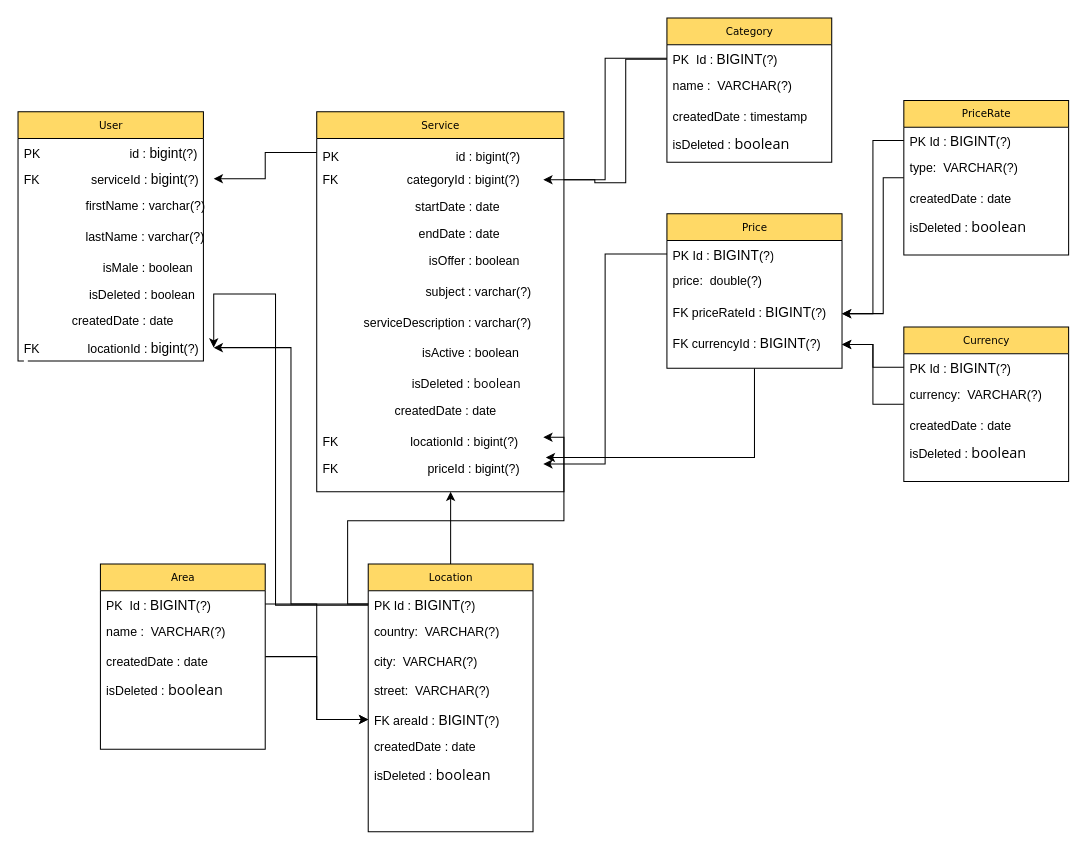
The draw.io diagram page "ERD" (2 of 3) of HelppyDiagrams.drawio in StanislavRa/group_A_Helppy, before the edit. Source tidied: cells renumbered, new cells numbered last; positions are measured from the earlier drawing's top-left corner, leaving out a move shared by most shapes. Both pictures are drawn from the tidied source at 103%, with x=0, y=0 at pixel (18, 18).
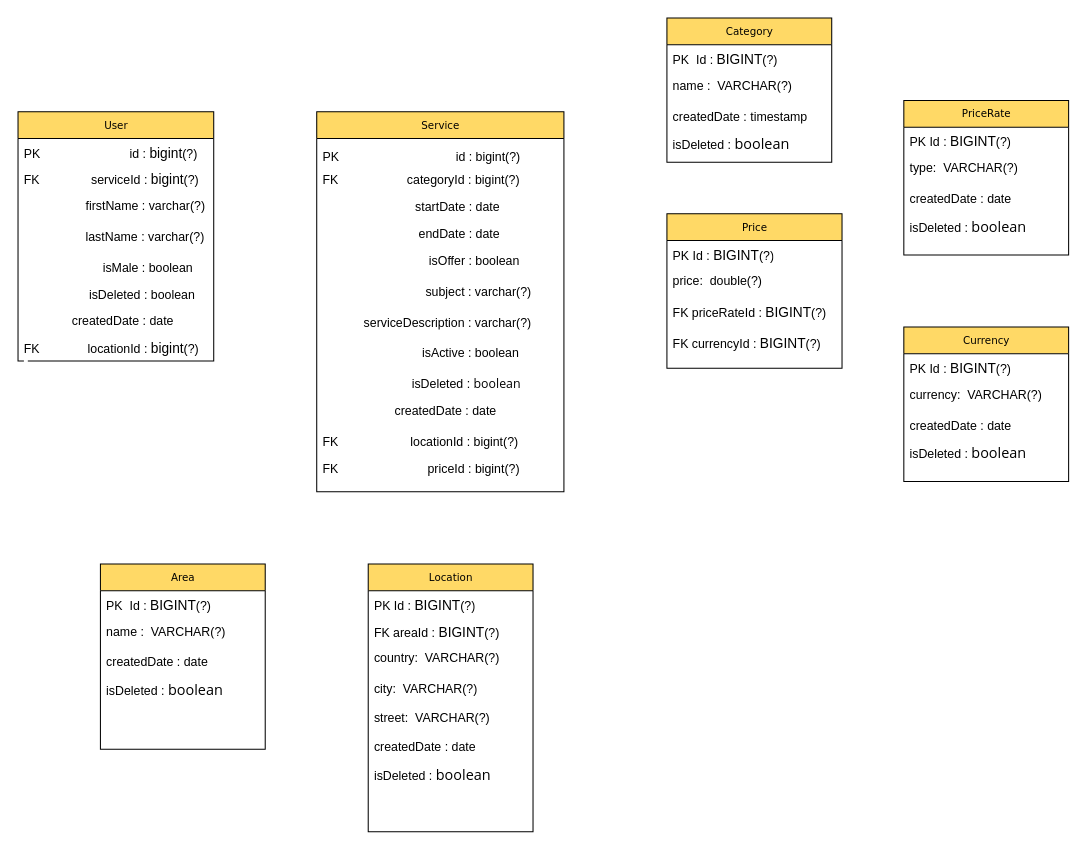
Above is the later version.

Unchanged cells that the change refers to:
```xml
<mxCell id="3" value="Category" style="swimlane;html=1;fontStyle=0;horizontal=1;startSize=26;fillColor=#FFD966;swimlaneFillColor=#ffffff;rounded=0;shadow=0;comic=0;labelBackgroundColor=none;strokeWidth=1;fontFamily=Verdana;fontSize=10;align=center;" parent="1" vertex="1">
  <mxGeometry x="630" width="160" height="140" as="geometry" />
</mxCell>
<mxCell id="4" value="PK&amp;nbsp; Id :&amp;nbsp;&lt;span style=&quot;font-family: &amp;#34;arial&amp;#34; , &amp;#34;helvetica&amp;#34; , sans-serif ; font-size: 13.3333px ; background-color: rgb(255 , 255 , 255)&quot;&gt;BIGINT&lt;/span&gt;(?)&lt;span style=&quot;font-family: &amp;#34;arial&amp;#34; , &amp;#34;helvetica&amp;#34; , sans-serif ; font-size: 13.3333px ; background-color: rgb(255 , 255 , 255)&quot;&gt;&lt;br&gt;&amp;nbsp;&lt;/span&gt;" style="text;html=1;strokeColor=none;fillColor=none;align=left;verticalAlign=top;spacingLeft=4;spacingRight=4;whiteSpace=wrap;overflow=hidden;points=[[0,0.5],[1,0.5]];portConstraint=eastwest;" parent="3" vertex="1">
  <mxGeometry y="26" width="160" height="26" as="geometry" />
</mxCell>
<mxCell id="8" value="Service" style="swimlane;html=1;fontStyle=0;horizontal=1;startSize=26;fillColor=#FFD966;swimlaneFillColor=#ffffff;rounded=0;shadow=0;comic=0;labelBackgroundColor=none;strokeWidth=1;fontFamily=Verdana;fontSize=10;align=center;" parent="1" vertex="1">
  <mxGeometry x="290" y="91" width="240" height="369" as="geometry" />
</mxCell>
<mxCell id="22" value="Area" style="swimlane;html=1;fontStyle=0;horizontal=1;startSize=26;fillColor=#FFD966;swimlaneFillColor=#ffffff;rounded=0;shadow=0;comic=0;labelBackgroundColor=none;strokeWidth=1;fontFamily=Verdana;fontSize=10;align=center;" parent="1" vertex="1">
  <mxGeometry x="80" y="530" width="160" height="180" as="geometry" />
</mxCell>
<mxCell id="23" value="PK&amp;nbsp; Id :&amp;nbsp;&lt;span style=&quot;font-family: &amp;#34;arial&amp;#34; , &amp;#34;helvetica&amp;#34; , sans-serif ; font-size: 13.3333px ; background-color: rgb(255 , 255 , 255)&quot;&gt;BIGINT&lt;/span&gt;(?)&lt;span style=&quot;font-family: &amp;#34;arial&amp;#34; , &amp;#34;helvetica&amp;#34; , sans-serif ; font-size: 13.3333px ; background-color: rgb(255 , 255 , 255)&quot;&gt;&lt;br&gt;&amp;nbsp;&lt;/span&gt;" style="text;html=1;strokeColor=none;fillColor=none;align=left;verticalAlign=top;spacingLeft=4;spacingRight=4;whiteSpace=wrap;overflow=hidden;points=[[0,0.5],[1,0.5]];portConstraint=eastwest;" parent="22" vertex="1">
  <mxGeometry y="26" width="160" height="26" as="geometry" />
</mxCell>
<mxCell id="29" value="FK&amp;nbsp; &amp;nbsp; &amp;nbsp; &amp;nbsp; &amp;nbsp; &amp;nbsp; &amp;nbsp; &amp;nbsp;serviceId :&amp;nbsp;&lt;span style=&quot;font-family: &amp;#34;arial&amp;#34; , &amp;#34;helvetica&amp;#34; , sans-serif ; font-size: 13.3333px ; background-color: rgb(255 , 255 , 255)&quot;&gt;bigint&lt;/span&gt;(?)&lt;span style=&quot;font-family: &amp;#34;arial&amp;#34; , &amp;#34;helvetica&amp;#34; , sans-serif ; font-size: 13.3333px ; background-color: rgb(255 , 255 , 255)&quot;&gt;&lt;br&gt;&amp;nbsp;&lt;/span&gt;" style="text;html=1;strokeColor=none;fillColor=none;align=left;verticalAlign=top;spacingLeft=4;spacingRight=4;whiteSpace=wrap;overflow=hidden;points=[[0,0.5],[1,0.5]];portConstraint=eastwest;" parent="27" vertex="1">
  <mxGeometry y="52" width="190" height="26" as="geometry" />
</mxCell>
<mxCell id="35" value="FK&amp;nbsp; &amp;nbsp; &amp;nbsp; &amp;nbsp; &amp;nbsp; &amp;nbsp; &amp;nbsp; locationId :&amp;nbsp;&lt;span style=&quot;font-family: &amp;#34;arial&amp;#34; , &amp;#34;helvetica&amp;#34; , sans-serif ; font-size: 13.3333px ; background-color: rgb(255 , 255 , 255)&quot;&gt;bigint&lt;/span&gt;(?)&lt;span style=&quot;font-family: &amp;#34;arial&amp;#34; , &amp;#34;helvetica&amp;#34; , sans-serif ; font-size: 13.3333px ; background-color: rgb(255 , 255 , 255)&quot;&gt;&lt;br&gt;&amp;nbsp;&lt;/span&gt;" style="text;html=1;strokeColor=none;fillColor=none;align=left;verticalAlign=top;spacingLeft=4;spacingRight=4;whiteSpace=wrap;overflow=hidden;points=[[0,0.5],[1,0.5]];portConstraint=eastwest;" parent="27" vertex="1">
  <mxGeometry y="216" width="190" height="26" as="geometry" />
</mxCell>
<mxCell id="38" value="Location" style="swimlane;html=1;fontStyle=0;horizontal=1;startSize=26;fillColor=#FFD966;swimlaneFillColor=#ffffff;rounded=0;shadow=0;comic=0;labelBackgroundColor=none;strokeWidth=1;fontFamily=Verdana;fontSize=10;align=center;" parent="1" vertex="1">
  <mxGeometry x="340" y="530" width="160" height="260" as="geometry" />
</mxCell>
<mxCell id="39" value="PK Id :&amp;nbsp;&lt;span style=&quot;font-family: &amp;#34;arial&amp;#34; , &amp;#34;helvetica&amp;#34; , sans-serif ; font-size: 13.3333px ; background-color: rgb(255 , 255 , 255)&quot;&gt;BIGINT&lt;/span&gt;(?)&lt;span style=&quot;font-family: &amp;#34;arial&amp;#34; , &amp;#34;helvetica&amp;#34; , sans-serif ; font-size: 13.3333px ; background-color: rgb(255 , 255 , 255)&quot;&gt;&lt;br&gt;&amp;nbsp;&lt;/span&gt;" style="text;html=1;strokeColor=none;fillColor=none;align=left;verticalAlign=top;spacingLeft=4;spacingRight=4;whiteSpace=wrap;overflow=hidden;points=[[0,0.5],[1,0.5]];portConstraint=eastwest;" parent="38" vertex="1">
  <mxGeometry y="26" width="160" height="26" as="geometry" />
</mxCell>
<mxCell id="47" value="Currency" style="swimlane;html=1;fontStyle=0;horizontal=1;startSize=26;fillColor=#FFD966;swimlaneFillColor=#ffffff;rounded=0;shadow=0;comic=0;labelBackgroundColor=none;strokeWidth=1;fontFamily=Verdana;fontSize=10;align=center;" parent="1" vertex="1">
  <mxGeometry x="860" y="300" width="160" height="150" as="geometry" />
</mxCell>
<mxCell id="48" value="PK Id :&amp;nbsp;&lt;span style=&quot;font-family: &amp;#34;arial&amp;#34; , &amp;#34;helvetica&amp;#34; , sans-serif ; font-size: 13.3333px ; background-color: rgb(255 , 255 , 255)&quot;&gt;BIGINT&lt;/span&gt;(?)&lt;span style=&quot;font-family: &amp;#34;arial&amp;#34; , &amp;#34;helvetica&amp;#34; , sans-serif ; font-size: 13.3333px ; background-color: rgb(255 , 255 , 255)&quot;&gt;&lt;br&gt;&amp;nbsp;&lt;/span&gt;" style="text;html=1;strokeColor=none;fillColor=none;align=left;verticalAlign=top;spacingLeft=4;spacingRight=4;whiteSpace=wrap;overflow=hidden;points=[[0,0.5],[1,0.5]];portConstraint=eastwest;" parent="47" vertex="1">
  <mxGeometry y="26" width="160" height="26" as="geometry" />
</mxCell>
<mxCell id="53" value="PriceRate" style="swimlane;html=1;fontStyle=0;horizontal=1;startSize=26;fillColor=#FFD966;swimlaneFillColor=#ffffff;rounded=0;shadow=0;comic=0;labelBackgroundColor=none;strokeWidth=1;fontFamily=Verdana;fontSize=10;align=center;" parent="1" vertex="1">
  <mxGeometry x="860" y="80" width="160" height="150" as="geometry" />
</mxCell>
<mxCell id="54" value="PK Id :&amp;nbsp;&lt;span style=&quot;font-family: &amp;#34;arial&amp;#34; , &amp;#34;helvetica&amp;#34; , sans-serif ; font-size: 13.3333px ; background-color: rgb(255 , 255 , 255)&quot;&gt;BIGINT&lt;/span&gt;(?)&lt;span style=&quot;font-family: &amp;#34;arial&amp;#34; , &amp;#34;helvetica&amp;#34; , sans-serif ; font-size: 13.3333px ; background-color: rgb(255 , 255 , 255)&quot;&gt;&lt;br&gt;&amp;nbsp;&lt;/span&gt;" style="text;html=1;strokeColor=none;fillColor=none;align=left;verticalAlign=top;spacingLeft=4;spacingRight=4;whiteSpace=wrap;overflow=hidden;points=[[0,0.5],[1,0.5]];portConstraint=eastwest;" parent="53" vertex="1">
  <mxGeometry y="26" width="160" height="26" as="geometry" />
</mxCell>
<mxCell id="59" value="Price" style="swimlane;html=1;fontStyle=0;horizontal=1;startSize=26;fillColor=#FFD966;swimlaneFillColor=#ffffff;rounded=0;shadow=0;comic=0;labelBackgroundColor=none;strokeWidth=1;fontFamily=Verdana;fontSize=10;align=center;" parent="1" vertex="1">
  <mxGeometry x="630" y="190" width="170" height="150" as="geometry" />
</mxCell>
<mxCell id="60" value="PK Id :&amp;nbsp;&lt;span style=&quot;font-family: &amp;#34;arial&amp;#34; , &amp;#34;helvetica&amp;#34; , sans-serif ; font-size: 13.3333px ; background-color: rgb(255 , 255 , 255)&quot;&gt;BIGINT&lt;/span&gt;(?)&lt;span style=&quot;font-family: &amp;#34;arial&amp;#34; , &amp;#34;helvetica&amp;#34; , sans-serif ; font-size: 13.3333px ; background-color: rgb(255 , 255 , 255)&quot;&gt;&lt;br&gt;&amp;nbsp;&lt;/span&gt;" style="text;html=1;strokeColor=none;fillColor=none;align=left;verticalAlign=top;spacingLeft=4;spacingRight=4;whiteSpace=wrap;overflow=hidden;points=[[0,0.5],[1,0.5]];portConstraint=eastwest;" parent="59" vertex="1">
  <mxGeometry y="26" width="170" height="26" as="geometry" />
</mxCell>
<mxCell id="62" value="FK priceRateId :&amp;nbsp;&lt;span style=&quot;font-family: &amp;#34;arial&amp;#34; , &amp;#34;helvetica&amp;#34; , sans-serif ; font-size: 13.3333px ; background-color: rgb(255 , 255 , 255)&quot;&gt;BIGINT&lt;/span&gt;(?)&lt;span style=&quot;font-family: &amp;#34;arial&amp;#34; , &amp;#34;helvetica&amp;#34; , sans-serif ; font-size: 13.3333px ; background-color: rgb(255 , 255 , 255)&quot;&gt;&lt;br&gt;&amp;nbsp;&lt;/span&gt;" style="text;html=1;strokeColor=none;fillColor=none;align=left;verticalAlign=top;spacingLeft=4;spacingRight=4;whiteSpace=wrap;overflow=hidden;points=[[0,0.5],[1,0.5]];portConstraint=eastwest;" parent="59" vertex="1">
  <mxGeometry y="82" width="170" height="30" as="geometry" />
</mxCell>
<mxCell id="63" value="FK currencyId :&amp;nbsp;&lt;span style=&quot;font-family: &amp;#34;arial&amp;#34; , &amp;#34;helvetica&amp;#34; , sans-serif ; font-size: 13.3333px ; background-color: rgb(255 , 255 , 255)&quot;&gt;BIGINT&lt;/span&gt;(?)&lt;span style=&quot;font-family: &amp;#34;arial&amp;#34; , &amp;#34;helvetica&amp;#34; , sans-serif ; font-size: 13.3333px ; background-color: rgb(255 , 255 , 255)&quot;&gt;&lt;br&gt;&amp;nbsp;&lt;/span&gt;" style="text;html=1;strokeColor=none;fillColor=none;align=left;verticalAlign=top;spacingLeft=4;spacingRight=4;whiteSpace=wrap;overflow=hidden;points=[[0,0.5],[1,0.5]];portConstraint=eastwest;" parent="59" vertex="1">
  <mxGeometry y="112" width="170" height="30" as="geometry" />
</mxCell>
```

The edit, as a diff of the source:
```diff
@@
-    <mxCell id="2" style="edgeStyle=orthogonalEdgeStyle;rounded=0;jettySize=auto;html=1;entryX=1;entryY=0.5;entryDx=0;entryDy=0;" parent="1" edge="1" source="3" target="10">
-      <mxGeometry relative="1" as="geometry">
-        <Array as="points">
-          <mxPoint x="590" y="40" />
-          <mxPoint x="590" y="160" />
-          <mxPoint x="560" y="160" />
-          <mxPoint x="560" y="157" />
-        </Array>
-      </mxGeometry>
-    </mxCell>
@@
     <mxCell id="9" value="&lt;font style=&quot;font-size: 12px&quot;&gt;PK&amp;nbsp; &amp;nbsp; &amp;nbsp; &amp;nbsp; &amp;nbsp; &amp;nbsp; &amp;nbsp; &amp;nbsp; &amp;nbsp; &amp;nbsp; &amp;nbsp; &amp;nbsp; &amp;nbsp; &amp;nbsp; &amp;nbsp; &amp;nbsp; &amp;nbsp; id :&amp;nbsp;&lt;span style=&quot;font-family: &amp;#34;arial&amp;#34; , &amp;#34;helvetica&amp;#34; , sans-serif ; background-color: rgb(255 , 255 , 255)&quot;&gt;bigint&lt;/span&gt;(?)&lt;/font&gt;&lt;span style=&quot;font-family: &amp;#34;arial&amp;#34; , &amp;#34;helvetica&amp;#34; , sans-serif ; background-color: rgb(255 , 255 , 255)&quot;&gt;&lt;font size=&quot;3&quot;&gt;&lt;br&gt;&lt;/font&gt;&lt;span style=&quot;font-size: 13.3333px&quot;&gt;&amp;nbsp;&lt;/span&gt;&lt;/span&gt;" style="text;html=1;strokeColor=none;fillColor=none;align=left;verticalAlign=top;spacingLeft=4;spacingRight=4;whiteSpace=wrap;overflow=hidden;points=[[0,0.5],[1,0.5]];portConstraint=eastwest;" parent="8" vertex="1">
-      <mxGeometry y="26" width="220" height="27" as="geometry" />
+      <mxGeometry y="26" width="240" height="27" as="geometry" />
     </mxCell>
     <mxCell id="10" value="&lt;font style=&quot;font-size: 12px&quot;&gt;FK&amp;nbsp; &amp;nbsp; &amp;nbsp; &amp;nbsp; &amp;nbsp; &amp;nbsp; &amp;nbsp; &amp;nbsp; &amp;nbsp; &amp;nbsp; categoryId :&amp;nbsp;&lt;span style=&quot;font-family: &amp;#34;arial&amp;#34; , &amp;#34;helvetica&amp;#34; , sans-serif ; background-color: rgb(255 , 255 , 255)&quot;&gt;bigint&lt;/span&gt;(?)&lt;span style=&quot;font-family: &amp;#34;arial&amp;#34; , &amp;#34;helvetica&amp;#34; , sans-serif ; background-color: rgb(255 , 255 , 255)&quot;&gt;&lt;br&gt;&amp;nbsp;&lt;/span&gt;&lt;/font&gt;" style="text;html=1;strokeColor=none;fillColor=none;align=left;verticalAlign=top;spacingLeft=4;spacingRight=4;whiteSpace=wrap;overflow=hidden;points=[[0,0.5],[1,0.5]];portConstraint=eastwest;" parent="8" vertex="1">
-      <mxGeometry y="53" width="220" height="26" as="geometry" />
+      <mxGeometry y="53" width="240" height="26" as="geometry" />
     </mxCell>
     <mxCell id="11" value="&amp;nbsp; &amp;nbsp; &amp;nbsp; &amp;nbsp; &amp;nbsp; &amp;nbsp; &amp;nbsp; &amp;nbsp; &amp;nbsp; &amp;nbsp; &amp;nbsp; &amp;nbsp; &amp;nbsp; &amp;nbsp;startDate : date" style="text;html=1;strokeColor=none;fillColor=none;align=left;verticalAlign=top;spacingLeft=4;spacingRight=4;whiteSpace=wrap;overflow=hidden;" parent="8" vertex="1">
-      <mxGeometry y="79" width="220" height="26" as="geometry" />
+      <mxGeometry y="79" width="240" height="26" as="geometry" />
     </mxCell>
     <mxCell id="12" value="&amp;nbsp; &amp;nbsp; &amp;nbsp; &amp;nbsp; &amp;nbsp; &amp;nbsp; &amp;nbsp; &amp;nbsp; &amp;nbsp; &amp;nbsp; &amp;nbsp; &amp;nbsp; &amp;nbsp; &amp;nbsp; endDate : date" style="text;html=1;strokeColor=none;fillColor=none;align=left;verticalAlign=top;spacingLeft=4;spacingRight=4;whiteSpace=wrap;overflow=hidden;" parent="8" vertex="1">
-      <mxGeometry y="105" width="220" height="26" as="geometry" />
+      <mxGeometry y="105" width="240" height="26" as="geometry" />
     </mxCell>
     <mxCell id="13" value="&amp;nbsp; &amp;nbsp; &amp;nbsp; &amp;nbsp; &amp;nbsp; &amp;nbsp; &amp;nbsp; &amp;nbsp; &amp;nbsp; &amp;nbsp; &amp;nbsp; &amp;nbsp; &amp;nbsp; &amp;nbsp; &amp;nbsp; &amp;nbsp;isOffer : boolean" style="text;html=1;strokeColor=none;fillColor=none;align=left;verticalAlign=top;spacingLeft=4;spacingRight=4;whiteSpace=wrap;overflow=hidden;" parent="8" vertex="1">
-      <mxGeometry y="131" width="220" height="30" as="geometry" />
+      <mxGeometry y="131" width="240" height="30" as="geometry" />
     </mxCell>
     <mxCell id="14" value="&amp;nbsp; &amp;nbsp; &amp;nbsp; &amp;nbsp; &amp;nbsp; &amp;nbsp; &amp;nbsp; &amp;nbsp; &amp;nbsp; &amp;nbsp; &amp;nbsp; &amp;nbsp; &amp;nbsp; &amp;nbsp; &amp;nbsp; subject : varchar(?)" style="text;html=1;strokeColor=none;fillColor=none;align=left;verticalAlign=top;spacingLeft=4;spacingRight=4;whiteSpace=wrap;overflow=hidden;" parent="8" vertex="1">
-      <mxGeometry y="161" width="220" height="30" as="geometry" />
+      <mxGeometry y="161" width="240" height="30" as="geometry" />
     </mxCell>
     <mxCell id="15" value="&amp;nbsp; &amp;nbsp; &amp;nbsp; &amp;nbsp; &amp;nbsp; &amp;nbsp; serviceDescription : varchar(?)" style="text;html=1;strokeColor=none;fillColor=none;align=left;verticalAlign=top;spacingLeft=4;spacingRight=4;whiteSpace=wrap;overflow=hidden;" parent="8" vertex="1">
-      <mxGeometry y="191" width="220" height="30" as="geometry" />
+      <mxGeometry y="191" width="240" height="30" as="geometry" />
     </mxCell>
     <mxCell id="16" value="&amp;nbsp; &amp;nbsp; &amp;nbsp; &amp;nbsp; &amp;nbsp; &amp;nbsp; &amp;nbsp; &amp;nbsp; &amp;nbsp; &amp;nbsp; &amp;nbsp; &amp;nbsp; &amp;nbsp; &amp;nbsp; &amp;nbsp;isActive : boolean" style="text;html=1;strokeColor=none;fillColor=none;align=left;verticalAlign=top;spacingLeft=4;spacingRight=4;whiteSpace=wrap;overflow=hidden;" parent="8" vertex="1">
-      <mxGeometry y="221" width="220" height="30" as="geometry" />
+      <mxGeometry y="221" width="240" height="30" as="geometry" />
     </mxCell>
     <mxCell id="17" value="&lt;font style=&quot;font-size: 12px&quot;&gt;&amp;nbsp; &amp;nbsp; &amp;nbsp; &amp;nbsp; &amp;nbsp; &amp;nbsp; &amp;nbsp; &amp;nbsp; &amp;nbsp; &amp;nbsp; &amp;nbsp; &amp;nbsp; &amp;nbsp; isDeleted :&amp;nbsp;&lt;span style=&quot;font-family: &amp;#34;open sans&amp;#34; , &amp;#34;arial&amp;#34; , sans-serif&quot;&gt;boolean&lt;/span&gt;&lt;/font&gt;" style="text;html=1;strokeColor=none;fillColor=none;align=left;verticalAlign=top;spacingLeft=4;spacingRight=4;whiteSpace=wrap;overflow=hidden;" parent="8" vertex="1">
-      <mxGeometry y="251" width="220" height="26" as="geometry" />
+      <mxGeometry y="251" width="240" height="26" as="geometry" />
     </mxCell>
     <mxCell id="18" value="&amp;nbsp; &amp;nbsp; &amp;nbsp; &amp;nbsp; &amp;nbsp; &amp;nbsp; &amp;nbsp; &amp;nbsp; &amp;nbsp; &amp;nbsp; &amp;nbsp;createdDate : date" style="text;html=1;strokeColor=none;fillColor=none;align=left;verticalAlign=top;spacingLeft=4;spacingRight=4;whiteSpace=wrap;overflow=hidden;" parent="8" vertex="1">
-      <mxGeometry y="277" width="220" height="26" as="geometry" />
+      <mxGeometry y="277" width="240" height="26" as="geometry" />
     </mxCell>
     <mxCell id="19" value="&lt;font style=&quot;font-size: 12px&quot;&gt;FK&amp;nbsp; &amp;nbsp; &amp;nbsp; &amp;nbsp; &amp;nbsp; &amp;nbsp; &amp;nbsp; &amp;nbsp; &amp;nbsp; &amp;nbsp; &amp;nbsp;locationId :&amp;nbsp;&lt;span style=&quot;font-family: &amp;#34;arial&amp;#34; , &amp;#34;helvetica&amp;#34; , sans-serif ; background-color: rgb(255 , 255 , 255)&quot;&gt;bigint&lt;/span&gt;(?)&lt;/font&gt;&lt;span style=&quot;font-family: &amp;#34;arial&amp;#34; , &amp;#34;helvetica&amp;#34; , sans-serif ; background-color: rgb(255 , 255 , 255)&quot;&gt;&lt;font size=&quot;3&quot;&gt;&lt;br&gt;&lt;/font&gt;&lt;span style=&quot;font-size: 13.3333px&quot;&gt;&amp;nbsp;&lt;/span&gt;&lt;/span&gt;" style="text;html=1;strokeColor=none;fillColor=none;align=left;verticalAlign=top;spacingLeft=4;spacingRight=4;whiteSpace=wrap;overflow=hidden;points=[[0,0.5],[1,0.5]];portConstraint=eastwest;" parent="8" vertex="1">
-      <mxGeometry y="303" width="220" height="26" as="geometry" />
+      <mxGeometry y="303" width="240" height="26" as="geometry" />
     </mxCell>
     <mxCell id="20" value="&lt;font style=&quot;font-size: 12px&quot;&gt;FK&amp;nbsp; &amp;nbsp; &amp;nbsp; &amp;nbsp; &amp;nbsp; &amp;nbsp; &amp;nbsp; &amp;nbsp; &amp;nbsp; &amp;nbsp; &amp;nbsp; &amp;nbsp; &amp;nbsp; priceId :&amp;nbsp;&lt;span style=&quot;background-color: rgb(255 , 255 , 255)&quot;&gt;bigint&lt;/span&gt;(?)&lt;/font&gt;&lt;span style=&quot;background-color: rgb(255 , 255 , 255)&quot;&gt;&lt;font size=&quot;3&quot;&gt;&lt;br&gt;&lt;/font&gt;&lt;font face=&quot;arial, helvetica, sans-serif&quot; style=&quot;font-size: 13.3333px&quot;&gt;&amp;nbsp;&lt;/font&gt;&lt;/span&gt;" style="text;html=1;strokeColor=none;fillColor=none;align=left;verticalAlign=top;spacingLeft=4;spacingRight=4;whiteSpace=wrap;overflow=hidden;points=[[0,0.5],[1,0.5]];portConstraint=eastwest;" parent="8" vertex="1">
-      <mxGeometry y="329" width="220" height="26" as="geometry" />
+      <mxGeometry y="329" width="240" height="26" as="geometry" />
     </mxCell>
-    <mxCell id="21" style="edgeStyle=orthogonalEdgeStyle;rounded=0;jettySize=auto;html=1;entryX=0;entryY=0.5;entryDx=0;entryDy=0;" parent="1" edge="1" source="22" target="40">
-      <mxGeometry relative="1" as="geometry" />
-    </mxCell>
@@
     <mxCell id="27" value="User" style="swimlane;html=1;fontStyle=0;horizontal=1;startSize=26;fillColor=#FFD966;swimlaneFillColor=#ffffff;rounded=0;shadow=0;comic=0;labelBackgroundColor=none;strokeWidth=1;fontFamily=Verdana;fontSize=10;align=center;" parent="1" vertex="1">
-      <mxGeometry y="91" width="180" height="242" as="geometry" />
+      <mxGeometry y="91" width="190" height="242" as="geometry" />
     </mxCell>
@@
-    <mxCell id="36" style="edgeStyle=orthogonalEdgeStyle;rounded=0;jettySize=auto;html=1;" parent="1" edge="1" source="38">
-      <mxGeometry relative="1" as="geometry">
-        <mxPoint x="420" y="460" as="targetPoint" />
-      </mxGeometry>
-    </mxCell>
-    <mxCell id="37" style="edgeStyle=orthogonalEdgeStyle;rounded=0;jettySize=auto;html=1;entryX=1;entryY=0.5;entryDx=0;entryDy=0;" parent="1" edge="1" source="38" target="35">
-      <mxGeometry relative="1" as="geometry">
-        <Array as="points">
-          <mxPoint x="250" y="570" />
-          <mxPoint x="250" y="268" />
-        </Array>
-      </mxGeometry>
-    </mxCell>
@@
     <mxCell id="40" value="FK areaId :&amp;nbsp;&lt;span style=&quot;font-family: &amp;#34;arial&amp;#34; , &amp;#34;helvetica&amp;#34; , sans-serif ; font-size: 13.3333px ; background-color: rgb(255 , 255 , 255)&quot;&gt;BIGINT&lt;/span&gt;(?)&lt;span style=&quot;font-family: &amp;#34;arial&amp;#34; , &amp;#34;helvetica&amp;#34; , sans-serif ; font-size: 13.3333px ; background-color: rgb(255 , 255 , 255)&quot;&gt;&lt;br&gt;&amp;nbsp;&lt;/span&gt;" style="text;html=1;strokeColor=none;fillColor=none;align=left;verticalAlign=top;spacingLeft=4;spacingRight=4;whiteSpace=wrap;overflow=hidden;points=[[0,0.5],[1,0.5]];portConstraint=eastwest;" parent="38" vertex="1">
-      <mxGeometry y="138" width="160" height="26" as="geometry" />
+      <mxGeometry y="52" width="160" height="26" as="geometry" />
     </mxCell>
     <mxCell id="41" value="country:&amp;nbsp; VARCHAR(?)" style="text;html=1;strokeColor=none;fillColor=none;align=left;verticalAlign=top;spacingLeft=4;spacingRight=4;whiteSpace=wrap;overflow=hidden;" parent="38" vertex="1">
-      <mxGeometry y="52" width="160" height="30" as="geometry" />
+      <mxGeometry y="78" width="160" height="30" as="geometry" />
     </mxCell>
     <mxCell id="42" value="city:&amp;nbsp; VARCHAR(?)" style="text;html=1;strokeColor=none;fillColor=none;align=left;verticalAlign=top;spacingLeft=4;spacingRight=4;whiteSpace=wrap;overflow=hidden;" parent="38" vertex="1">
-      <mxGeometry y="82" width="160" height="28" as="geometry" />
+      <mxGeometry y="108" width="160" height="28" as="geometry" />
     </mxCell>
     <mxCell id="43" value="street:&amp;nbsp; VARCHAR(?)" style="text;html=1;strokeColor=none;fillColor=none;align=left;verticalAlign=top;spacingLeft=4;spacingRight=4;whiteSpace=wrap;overflow=hidden;" parent="38" vertex="1">
-      <mxGeometry y="110" width="160" height="28" as="geometry" />
+      <mxGeometry y="136" width="160" height="28" as="geometry" />
     </mxCell>
@@
-    <mxCell id="46" style="edgeStyle=orthogonalEdgeStyle;rounded=0;jettySize=auto;html=1;entryX=1;entryY=0.5;entryDx=0;entryDy=0;" parent="1" edge="1" source="47" target="63">
-      <mxGeometry relative="1" as="geometry" />
-    </mxCell>
@@
-    <mxCell id="52" style="edgeStyle=orthogonalEdgeStyle;rounded=0;jettySize=auto;html=1;entryX=1;entryY=0.5;entryDx=0;entryDy=0;" parent="1" edge="1" source="53" target="62">
-      <mxGeometry relative="1" as="geometry">
-        <Array as="points">
-          <mxPoint x="840" y="155" />
-          <mxPoint x="840" y="287" />
-        </Array>
-      </mxGeometry>
-    </mxCell>
@@
-    <mxCell id="58" style="edgeStyle=orthogonalEdgeStyle;rounded=0;jettySize=auto;html=1;entryX=1.011;entryY=0.257;entryDx=0;entryDy=0;entryPerimeter=0;" parent="1" edge="1" source="59" target="20">
-      <mxGeometry relative="1" as="geometry" />
-    </mxCell>
@@
-    <mxCell id="64" style="edgeStyle=orthogonalEdgeStyle;rounded=0;jettySize=auto;html=1;" parent="1" edge="1" source="39" target="35">
-      <mxGeometry relative="1" as="geometry" />
-    </mxCell>
-    <mxCell id="65" style="edgeStyle=orthogonalEdgeStyle;rounded=0;jettySize=auto;html=1;" parent="1" edge="1" source="9" target="29">
-      <mxGeometry relative="1" as="geometry" />
-    </mxCell>
-    <mxCell id="66" style="edgeStyle=orthogonalEdgeStyle;rounded=0;jettySize=auto;html=1;" parent="1" edge="1" source="54" target="62">
-      <mxGeometry relative="1" as="geometry" />
-    </mxCell>
-    <mxCell id="67" style="edgeStyle=orthogonalEdgeStyle;rounded=0;jettySize=auto;html=1;" parent="1" edge="1" source="48" target="63">
-      <mxGeometry relative="1" as="geometry" />
-    </mxCell>
-    <mxCell id="68" style="edgeStyle=orthogonalEdgeStyle;rounded=0;jettySize=auto;html=1;" parent="1" edge="1" source="4" target="10">
-      <mxGeometry relative="1" as="geometry" />
-    </mxCell>
-    <mxCell id="69" style="edgeStyle=orthogonalEdgeStyle;rounded=0;jettySize=auto;html=1;" parent="1" edge="1" source="60" target="20">
-      <mxGeometry relative="1" as="geometry" />
-    </mxCell>
-    <mxCell id="70" style="edgeStyle=orthogonalEdgeStyle;rounded=0;jettySize=auto;html=1;" parent="1" edge="1" source="39" target="19">
-      <mxGeometry relative="1" as="geometry" />
-    </mxCell>
-    <mxCell id="71" style="edgeStyle=orthogonalEdgeStyle;rounded=0;jettySize=auto;html=1;" parent="1" edge="1" source="23" target="40">
-      <mxGeometry relative="1" as="geometry" />
-    </mxCell>
```
